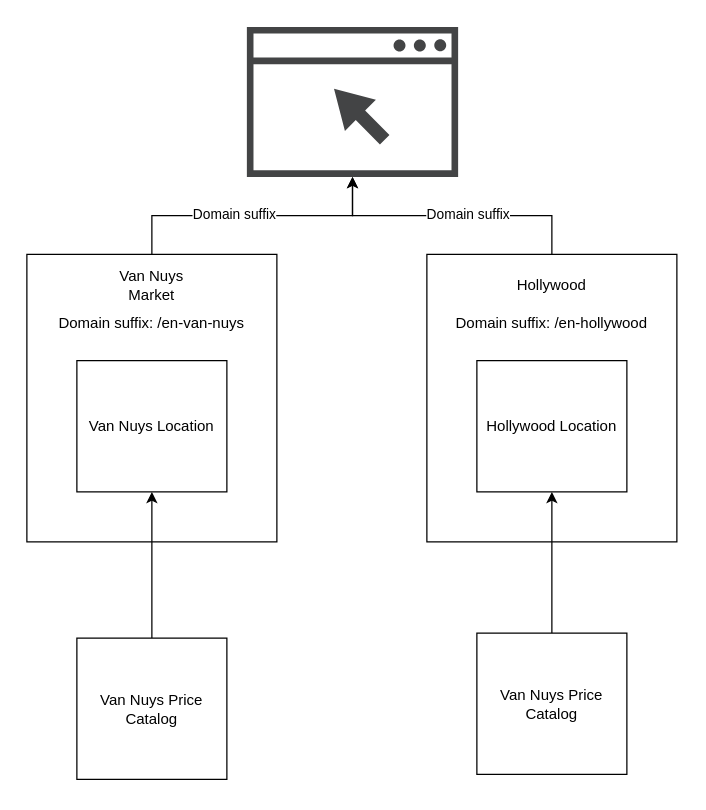
Before: page "Locations" (5 of 5) of Everytable_Draft_Diagrams.drawio in alexrsunrise/diagrams, a draw.io diagram. Source tidied: cells renumbered, new cells numbered last; positions are measured from the earlier drawing's top-left corner, leaving out a move shared by most shapes. Both pictures are drawn from the tidied source at 125%, with x=0, y=0 at pixel (26, 26).
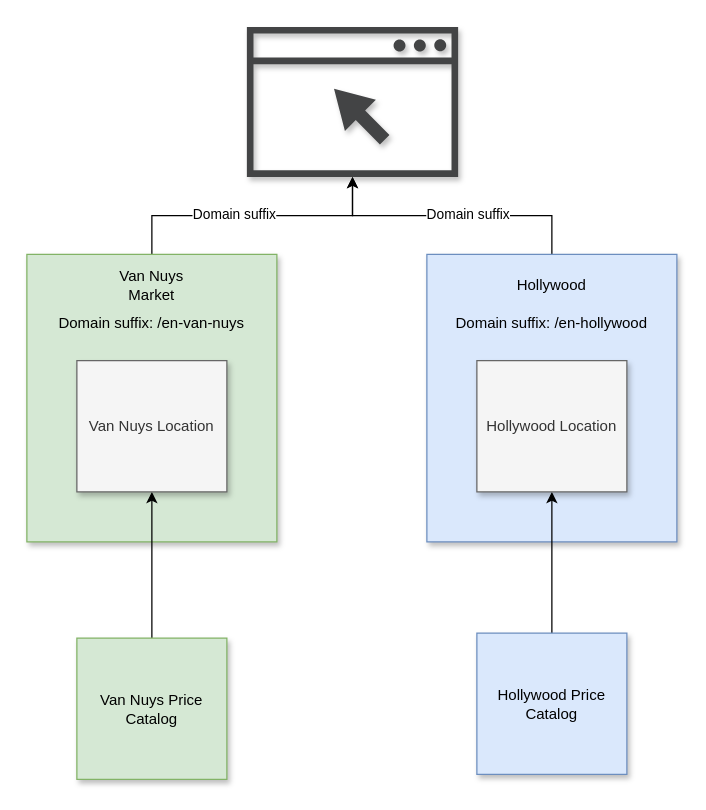
The same diagram, later.

Diff of the diagram source:
```diff
@@
 <mxGraphModel>
   <root>
     <mxCell id="0" />
     <mxCell id="1" parent="0" />
     <mxCell id="2" style="edgeStyle=orthogonalEdgeStyle;rounded=0;jettySize=auto;html=1;" parent="1" edge="1" source="4" target="18">
       <mxGeometry relative="1" as="geometry" />
     </mxCell>
     <mxCell id="3" value="Domain suffix" style="edgeLabel;html=1;align=center;verticalAlign=middle;" parent="2" vertex="1">
       <mxGeometry x="-0.14" y="2" relative="1" as="geometry" />
     </mxCell>
-    <mxCell id="4" style="rounded=0;whiteSpace=wrap;html=1;" parent="1" vertex="1">
+    <mxCell id="4" style="rounded=0;whiteSpace=wrap;html=1;fillColor=#d5e8d4;strokeColor=#82b366;shadow=1;" parent="1" vertex="1">
       <mxGeometry y="182" width="200" height="230" as="geometry" />
     </mxCell>
     <mxCell id="5" value="Van Nuys Market" style="text;html=1;align=center;verticalAlign=middle;whiteSpace=wrap;rounded=0;" parent="1" vertex="1">
       <mxGeometry x="70" y="192" width="60" height="30" as="geometry" />
     </mxCell>
-    <mxCell id="6" value="Domain suffix: /en-van-nuys" style="text;html=1;align=center;verticalAlign=middle;whiteSpace=wrap;rounded=0;" parent="1" vertex="1">
+    <mxCell id="6" value="Domain suffix: /en-van-nuys" style="text;html=1;align=center;verticalAlign=middle;whiteSpace=wrap;rounded=0;shadow=0;" parent="1" vertex="1">
       <mxGeometry x="20" y="222" width="160" height="30" as="geometry" />
     </mxCell>
     <mxCell id="7" style="edgeStyle=orthogonalEdgeStyle;rounded=0;jettySize=auto;html=1;" parent="1" edge="1" source="9" target="18">
       <mxGeometry relative="1" as="geometry" />
     </mxCell>
     <mxCell id="8" value="Domain suffix" style="edgeLabel;html=1;align=center;verticalAlign=middle;" parent="7" vertex="1">
       <mxGeometry x="-0.11" relative="1" as="geometry">
         <mxPoint y="-2" as="offset" />
       </mxGeometry>
     </mxCell>
-    <mxCell id="9" style="rounded=0;whiteSpace=wrap;html=1;" parent="1" vertex="1">
+    <mxCell id="9" style="rounded=0;whiteSpace=wrap;html=1;fillColor=#dae8fc;strokeColor=#6c8ebf;shadow=1;" parent="1" vertex="1">
       <mxGeometry x="320" y="182" width="200" height="230" as="geometry" />
     </mxCell>
     <mxCell id="10" value="Hollywood" style="text;html=1;align=center;verticalAlign=middle;whiteSpace=wrap;rounded=0;" parent="1" vertex="1">
       <mxGeometry x="390" y="192" width="60" height="30" as="geometry" />
     </mxCell>
     <mxCell id="11" value="Domain suffix: /en-hollywood" style="text;html=1;align=center;verticalAlign=middle;whiteSpace=wrap;rounded=0;" parent="1" vertex="1">
       <mxGeometry x="340" y="222" width="160" height="30" as="geometry" />
     </mxCell>
     <mxCell id="12" style="edgeStyle=orthogonalEdgeStyle;rounded=0;jettySize=auto;html=1;exitX=0.5;exitY=1;exitDx=0;exitDy=0;endArrow=none;startFill=1;startArrow=classic;" parent="1" edge="1" source="15" target="16">
       <mxGeometry relative="1" as="geometry" />
     </mxCell>
     <mxCell id="13" style="edgeStyle=orthogonalEdgeStyle;rounded=0;jettySize=auto;html=1;exitX=0.5;exitY=1;exitDx=0;exitDy=0;entryX=0.5;entryY=0;entryDx=0;entryDy=0;endArrow=none;startFill=1;startArrow=classic;" parent="1" edge="1" source="14" target="17">
       <mxGeometry relative="1" as="geometry" />
     </mxCell>
-    <mxCell id="14" value="Hollywood Location" style="rounded=0;whiteSpace=wrap;html=1;" parent="1" vertex="1">
+    <mxCell id="14" value="Hollywood Location" style="rounded=0;whiteSpace=wrap;html=1;fillColor=#f5f5f5;fontColor=#333333;strokeColor=#666666;shadow=1;" parent="1" vertex="1">
       <mxGeometry x="360" y="267" width="120" height="105" as="geometry" />
     </mxCell>
-    <mxCell id="15" value="Van Nuys Location" style="rounded=0;whiteSpace=wrap;html=1;" parent="1" vertex="1">
+    <mxCell id="15" value="Van Nuys Location" style="rounded=0;whiteSpace=wrap;html=1;fillColor=#f5f5f5;fontColor=#333333;strokeColor=#666666;shadow=1;" parent="1" vertex="1">
       <mxGeometry x="40" y="267" width="120" height="105" as="geometry" />
     </mxCell>
-    <mxCell id="16" value="Van Nuys Price Catalog" style="rounded=0;whiteSpace=wrap;html=1;" parent="1" vertex="1">
+    <mxCell id="16" value="Van Nuys Price Catalog" style="rounded=0;whiteSpace=wrap;html=1;fillColor=#d5e8d4;strokeColor=#82b366;shadow=1;" parent="1" vertex="1">
       <mxGeometry x="40" y="489" width="120" height="113" as="geometry" />
     </mxCell>
-    <mxCell id="17" value="Van Nuys Price Catalog" style="rounded=0;whiteSpace=wrap;html=1;" parent="1" vertex="1">
+    <mxCell id="17" value="Hollywood Price Catalog" style="rounded=0;whiteSpace=wrap;html=1;fillColor=#dae8fc;strokeColor=#6c8ebf;shadow=1;" parent="1" vertex="1">
       <mxGeometry x="360" y="485" width="120" height="113" as="geometry" />
     </mxCell>
-    <mxCell id="18" style="sketch=0;shadow=0;dashed=0;html=1;strokeColor=none;fillColor=#434445;labelPosition=center;verticalLabelPosition=bottom;verticalAlign=top;align=center;outlineConnect=0;shape=mxgraph.vvd.web_browser;" parent="1" vertex="1">
+    <mxCell id="18" style="sketch=0;shadow=1;dashed=0;html=1;strokeColor=none;fillColor=#434445;labelPosition=center;verticalLabelPosition=bottom;verticalAlign=top;align=center;outlineConnect=0;shape=mxgraph.vvd.web_browser;" parent="1" vertex="1">
       <mxGeometry x="176" width="169" height="120" as="geometry" />
     </mxCell>
   </root>
 </mxGraphModel>
```
